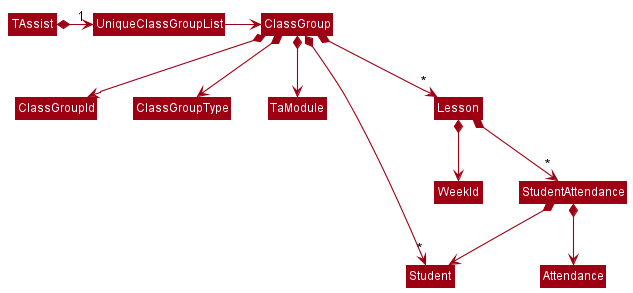
Above: docs/images/BetterModelClassGroupClassDiagram.png in nus-cs2103-AY2122S2/tp (PlantUML), before the change. The source it was exported from:
```plantuml
@startuml
!include style.puml
skinparam arrowThickness 1.1
skinparam arrowColor MODEL_COLOR
skinparam classBackgroundColor MODEL_COLOR

TAssist *-right-> "1" UniqueClassGroupList
UniqueClassGroupList -right-> ClassGroup

ClassGroup *--> ClassGroupId
ClassGroup *--> ClassGroupType
ClassGroup *--> TaModule
ClassGroup *--> "~*" Student
ClassGroup *--> "~*" Lesson

Lesson *--> WeekId
Lesson *--> "~*" StudentAttendance

StudentAttendance *--> Student
StudentAttendance *--> Attendance
@enduml
```
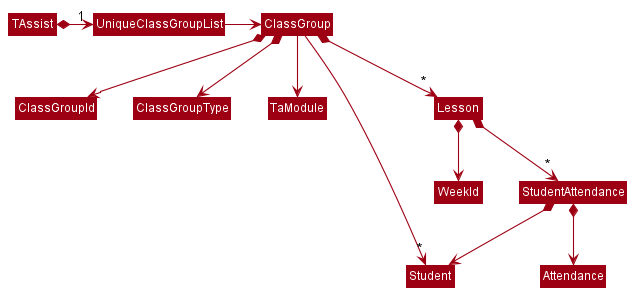
The same file after the commit.

What changed in the source:
```diff
@@ -9,8 +9,8 @@
 
 ClassGroup *--> ClassGroupId
 ClassGroup *--> ClassGroupType
-ClassGroup *--> TaModule
-ClassGroup *--> "~*" Student
+ClassGroup --> TaModule
+ClassGroup --> "~*" Student
 ClassGroup *--> "~*" Lesson
 
 Lesson *--> WeekId
```
